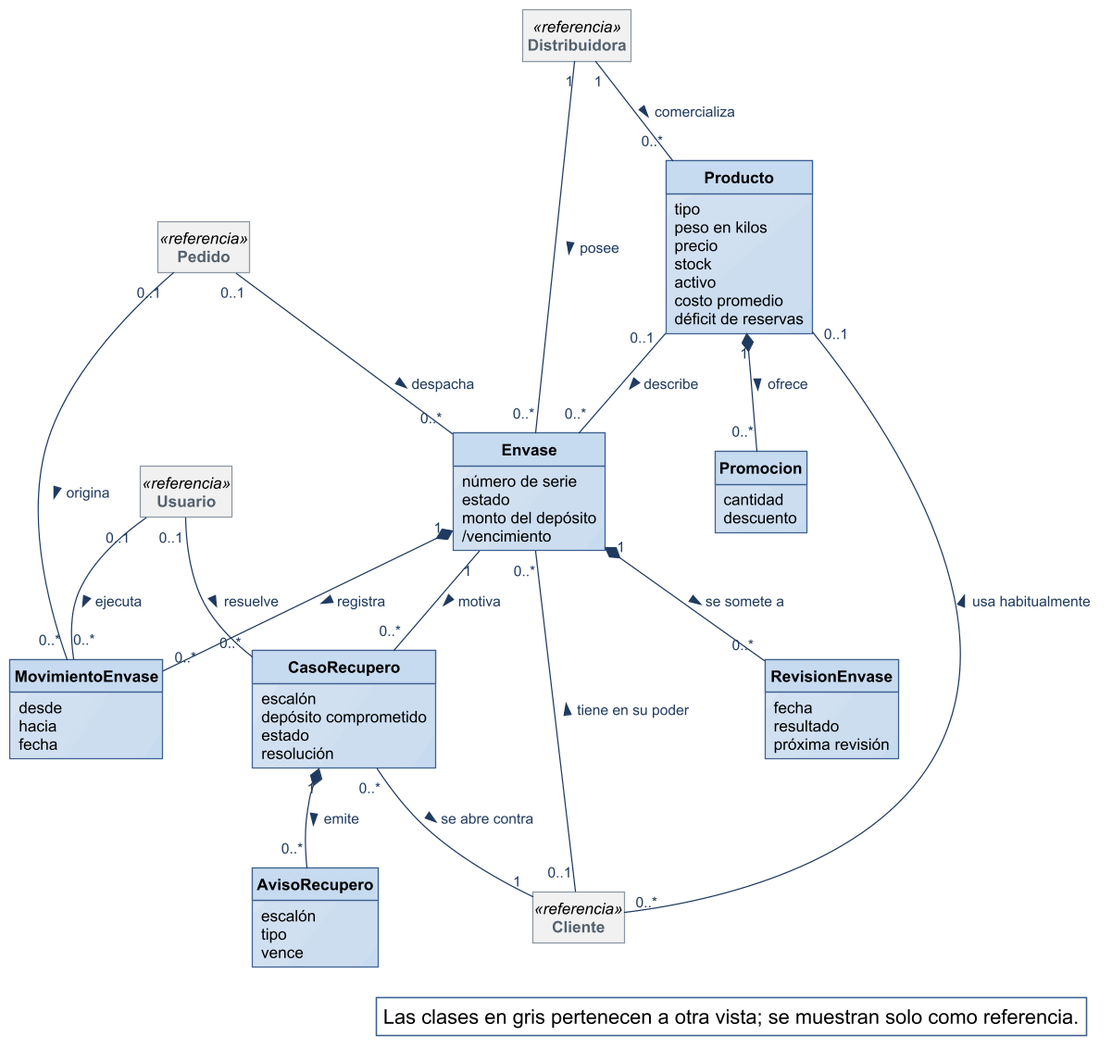
Earlier version of the PlantUML export diagramas/modelo-conceptual/MC_Envases.png (Nahuelito-Dev/splg-docs).
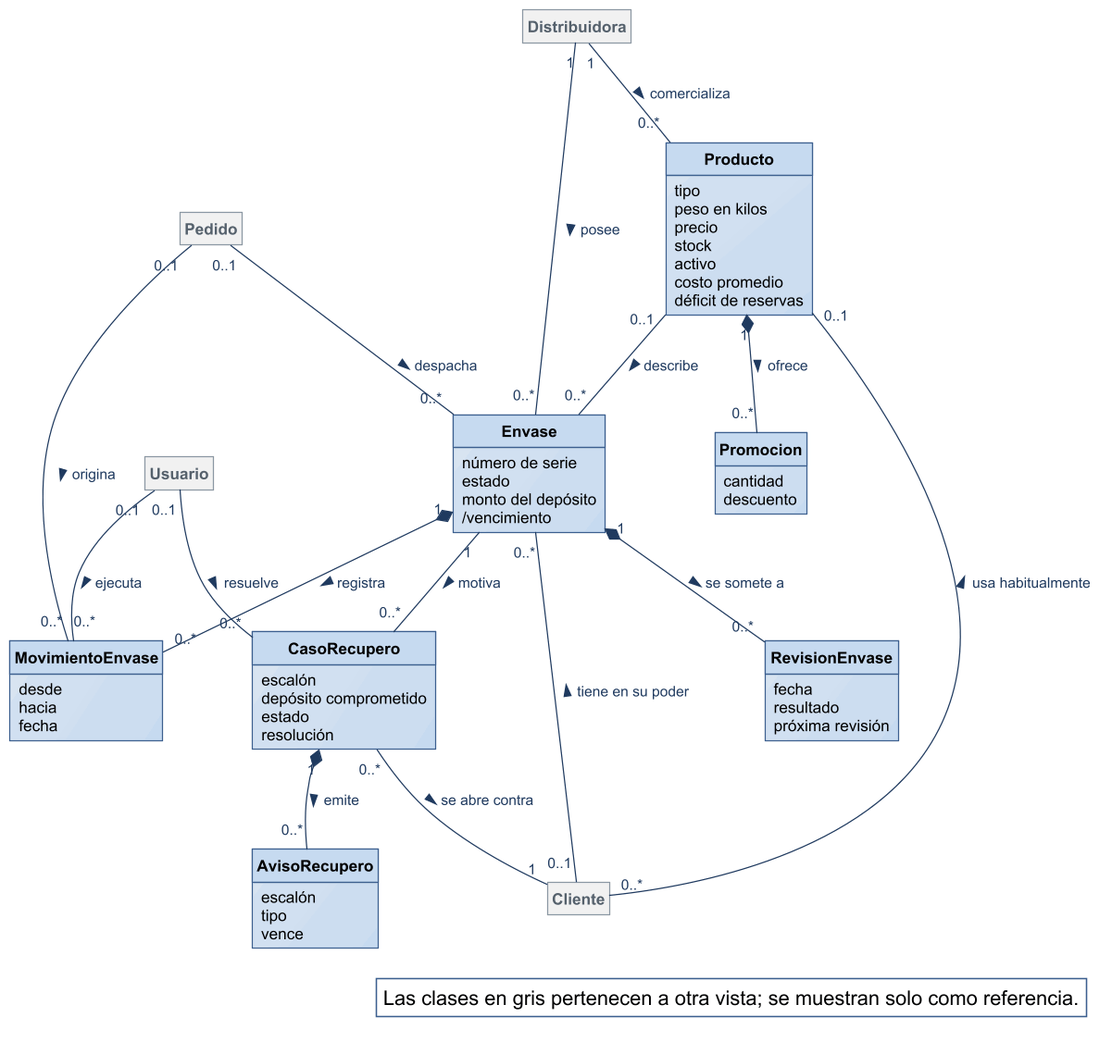
Later version of the same file.

The edit, as a diff of the source:
```diff
@@ -2,11 +2,6 @@
 !include ../estilo-vp.iuml
 skinparam nodesep 40
 skinparam ranksep 55
-skinparam class<<referencia>> {
-  BackgroundColor #F1F1F1
-  BorderColor #8A97A3
-  FontColor #55616C
-}
 skinparam packageStyle rectangle
 hide circle
 hide methods
@@ -52,10 +47,10 @@
   tipo
   vence
 }
-class Cliente <<referencia>>
-class Pedido <<referencia>>
-class Usuario <<referencia>>
-class Distribuidora <<referencia>>
+class Cliente #F1F1F1;line:8A97A3;text:55616C
+class Pedido #F1F1F1;line:8A97A3;text:55616C
+class Usuario #F1F1F1;line:8A97A3;text:55616C
+class Distribuidora #F1F1F1;line:8A97A3;text:55616C
 
 
 Distribuidora "1" -- "0..*" Producto : comercializa >
```
